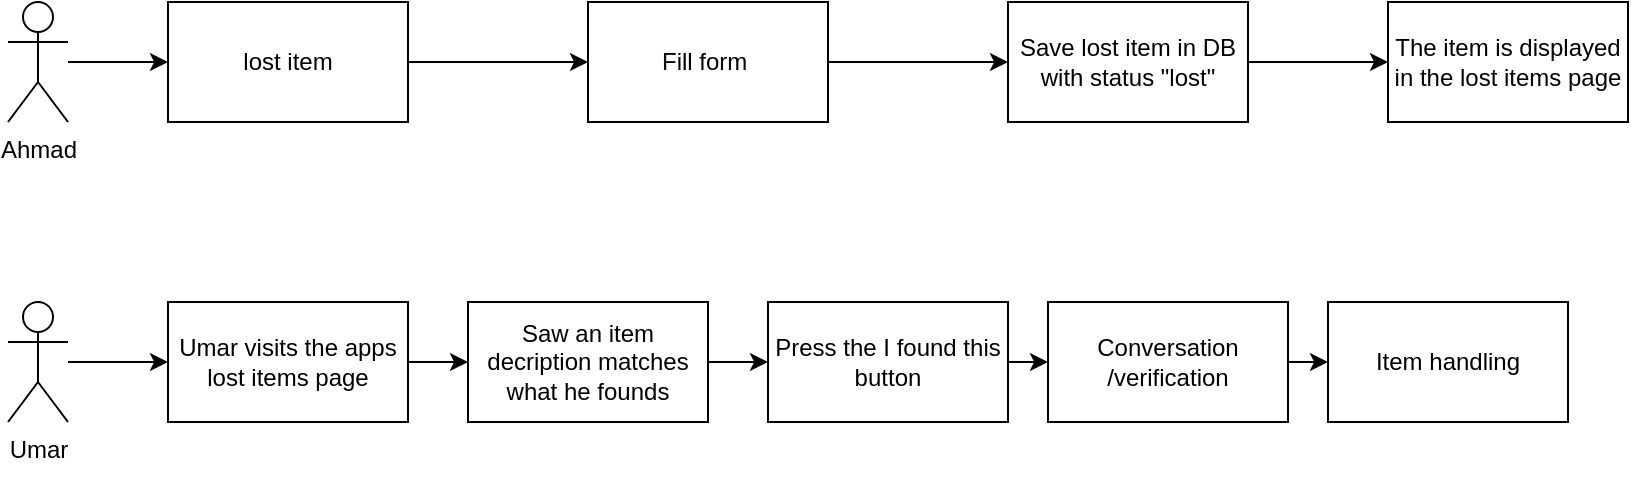
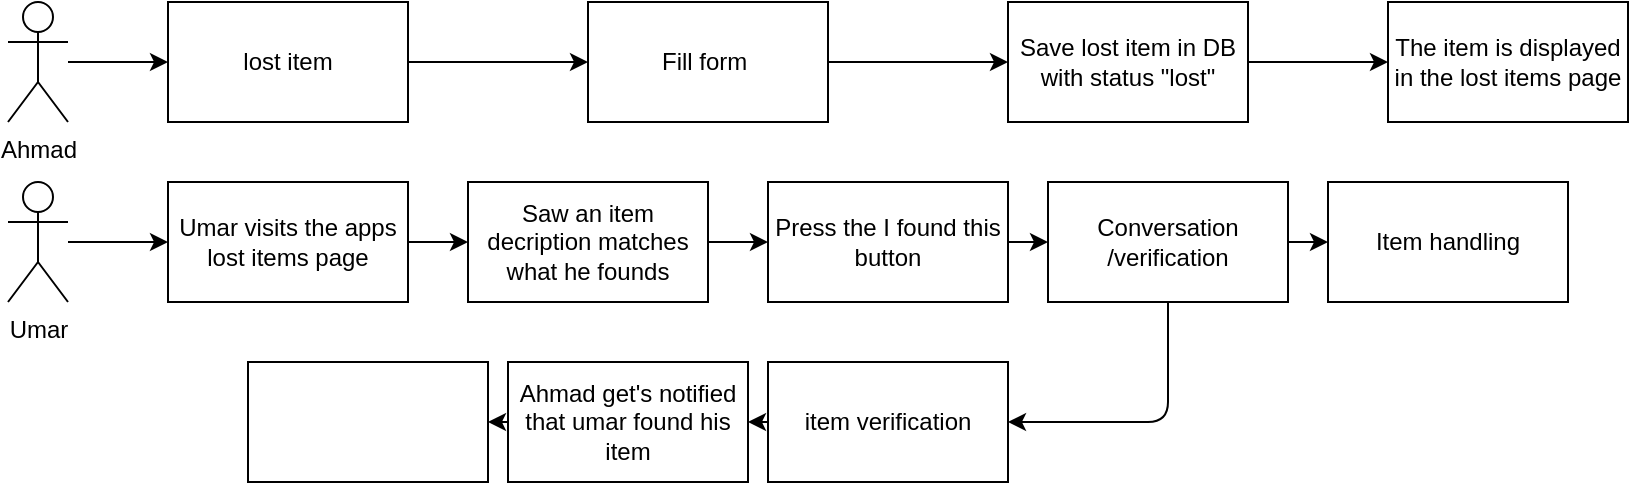
<mxfile host="65bd71144e">
    <diagram id="i1hBtsmhHRajQAO7jnXf" name="Page-1">
-         <mxGraphModel dx="832" dy="475" grid="1" gridSize="10" guides="1" tooltips="1" connect="1" arrows="1" fold="1" page="1" pageScale="1" pageWidth="850" pageHeight="1100" math="0" shadow="0">
+         <mxGraphModel dx="937" dy="475" grid="1" gridSize="10" guides="1" tooltips="1" connect="1" arrows="1" fold="1" page="1" pageScale="1" pageWidth="850" pageHeight="1100" math="0" shadow="0">
            <root>
                <mxCell id="0"/>
                <mxCell id="1" parent="0"/>
                <mxCell id="5" value="" style="edgeStyle=none;html=1;" parent="1" source="2" target="4" edge="1">
                    <mxGeometry relative="1" as="geometry"/>
                </mxCell>
                <mxCell id="2" value="lost item" style="rounded=0;whiteSpace=wrap;html=1;" parent="1" vertex="1">
                    <mxGeometry x="90" y="80" width="120" height="60" as="geometry"/>
                </mxCell>
                <mxCell id="7" value="" style="edgeStyle=none;html=1;" parent="1" source="4" target="6" edge="1">
                    <mxGeometry relative="1" as="geometry"/>
                </mxCell>
                <mxCell id="4" value="Fill form&amp;nbsp;" style="rounded=0;whiteSpace=wrap;html=1;" parent="1" vertex="1">
                    <mxGeometry x="300" y="80" width="120" height="60" as="geometry"/>
                </mxCell>
                <mxCell id="22" value="" style="edgeStyle=none;html=1;" parent="1" source="6" target="21" edge="1">
                    <mxGeometry relative="1" as="geometry"/>
                </mxCell>
                <mxCell id="6" value="Save lost item in DB&lt;div&gt;with status &quot;lost&quot;&lt;/div&gt;" style="rounded=0;whiteSpace=wrap;html=1;" parent="1" vertex="1">
                    <mxGeometry x="510" y="80" width="120" height="60" as="geometry"/>
                </mxCell>
                <mxCell id="11" value="" style="edgeStyle=none;html=1;" parent="1" source="10" target="2" edge="1">
                    <mxGeometry relative="1" as="geometry"/>
                </mxCell>
                <mxCell id="10" value="Ahmad&lt;div&gt;&lt;br&gt;&lt;/div&gt;" style="shape=umlActor;verticalLabelPosition=bottom;verticalAlign=top;html=1;outlineConnect=0;" parent="1" vertex="1">
                    <mxGeometry x="10" y="80" width="30" height="60" as="geometry"/>
                </mxCell>
                <mxCell id="24" value="" style="edgeStyle=none;html=1;" parent="1" source="14" target="23" edge="1">
                    <mxGeometry relative="1" as="geometry"/>
                </mxCell>
                <mxCell id="14" value="Umar&lt;div&gt;&lt;br&gt;&lt;/div&gt;" style="shape=umlActor;verticalLabelPosition=bottom;verticalAlign=top;html=1;outlineConnect=0;" parent="1" vertex="1">
-                     <mxGeometry x="10" y="230" width="30" height="60" as="geometry"/>
+                     <mxGeometry x="10" y="170" width="30" height="60" as="geometry"/>
                </mxCell>
                <mxCell id="21" value="The item is displayed in the lost items page" style="rounded=0;whiteSpace=wrap;html=1;" parent="1" vertex="1">
                    <mxGeometry x="700" y="80" width="120" height="60" as="geometry"/>
                </mxCell>
                <mxCell id="26" value="" style="edgeStyle=none;html=1;" parent="1" source="23" target="25" edge="1">
                    <mxGeometry relative="1" as="geometry"/>
                </mxCell>
                <mxCell id="23" value="Umar visits the apps lost items page" style="rounded=0;whiteSpace=wrap;html=1;" parent="1" vertex="1">
-                     <mxGeometry x="90" y="230" width="120" height="60" as="geometry"/>
+                     <mxGeometry x="90" y="170" width="120" height="60" as="geometry"/>
                </mxCell>
                <mxCell id="28" value="" style="edgeStyle=none;html=1;" parent="1" source="25" target="27" edge="1">
                    <mxGeometry relative="1" as="geometry"/>
                </mxCell>
                <mxCell id="25" value="Saw an item decription matches what he founds" style="rounded=0;whiteSpace=wrap;html=1;" parent="1" vertex="1">
-                     <mxGeometry x="240" y="230" width="120" height="60" as="geometry"/>
+                     <mxGeometry x="240" y="170" width="120" height="60" as="geometry"/>
                </mxCell>
                <mxCell id="36" value="" style="edgeStyle=none;html=1;" parent="1" source="27" target="35" edge="1">
                    <mxGeometry relative="1" as="geometry"/>
                </mxCell>
                <mxCell id="27" value="Press the I found this&lt;div&gt;button&lt;/div&gt;" style="rounded=0;whiteSpace=wrap;html=1;" parent="1" vertex="1">
-                     <mxGeometry x="390" y="230" width="120" height="60" as="geometry"/>
+                     <mxGeometry x="390" y="170" width="120" height="60" as="geometry"/>
                </mxCell>
                <mxCell id="38" value="" style="edgeStyle=none;html=1;" parent="1" source="35" target="37" edge="1">
                    <mxGeometry relative="1" as="geometry"/>
                </mxCell>
+                 <mxCell id="48" style="edgeStyle=none;html=1;entryX=1;entryY=0.5;entryDx=0;entryDy=0;" edge="1" parent="1" source="35" target="47">
+                     <mxGeometry relative="1" as="geometry">
+                         <mxPoint x="590" y="280" as="targetPoint"/>
+                         <Array as="points">
+                             <mxPoint x="590" y="290"/>
+                         </Array>
+                     </mxGeometry>
+                 </mxCell>
                <mxCell id="35" value="Conversation&lt;div&gt;/verification&lt;/div&gt;" style="rounded=0;whiteSpace=wrap;html=1;" parent="1" vertex="1">
-                     <mxGeometry x="530" y="230" width="120" height="60" as="geometry"/>
+                     <mxGeometry x="530" y="170" width="120" height="60" as="geometry"/>
                </mxCell>
                <mxCell id="37" value="Item handling" style="rounded=0;whiteSpace=wrap;html=1;" parent="1" vertex="1">
-                     <mxGeometry x="670" y="230" width="120" height="60" as="geometry"/>
+                     <mxGeometry x="670" y="170" width="120" height="60" as="geometry"/>
+                 </mxCell>
+                 <mxCell id="52" value="" style="edgeStyle=none;html=1;" edge="1" parent="1" source="47" target="49">
+                     <mxGeometry relative="1" as="geometry"/>
+                 </mxCell>
+                 <mxCell id="47" value="item verification" style="rounded=0;whiteSpace=wrap;html=1;" vertex="1" parent="1">
+                     <mxGeometry x="390" y="260" width="120" height="60" as="geometry"/>
+                 </mxCell>
+                 <mxCell id="54" value="" style="edgeStyle=none;html=1;" edge="1" parent="1" source="49" target="53">
+                     <mxGeometry relative="1" as="geometry"/>
+                 </mxCell>
+                 <mxCell id="49" value="Ahmad get&#39;s notified&lt;div&gt;that umar found his item&lt;/div&gt;" style="rounded=0;whiteSpace=wrap;html=1;" vertex="1" parent="1">
+                     <mxGeometry x="260" y="260" width="120" height="60" as="geometry"/>
+                 </mxCell>
+                 <mxCell id="53" value="" style="rounded=0;whiteSpace=wrap;html=1;" vertex="1" parent="1">
+                     <mxGeometry x="130" y="260" width="120" height="60" as="geometry"/>
                </mxCell>
            </root>
        </mxGraphModel>
    </diagram>
</mxfile>